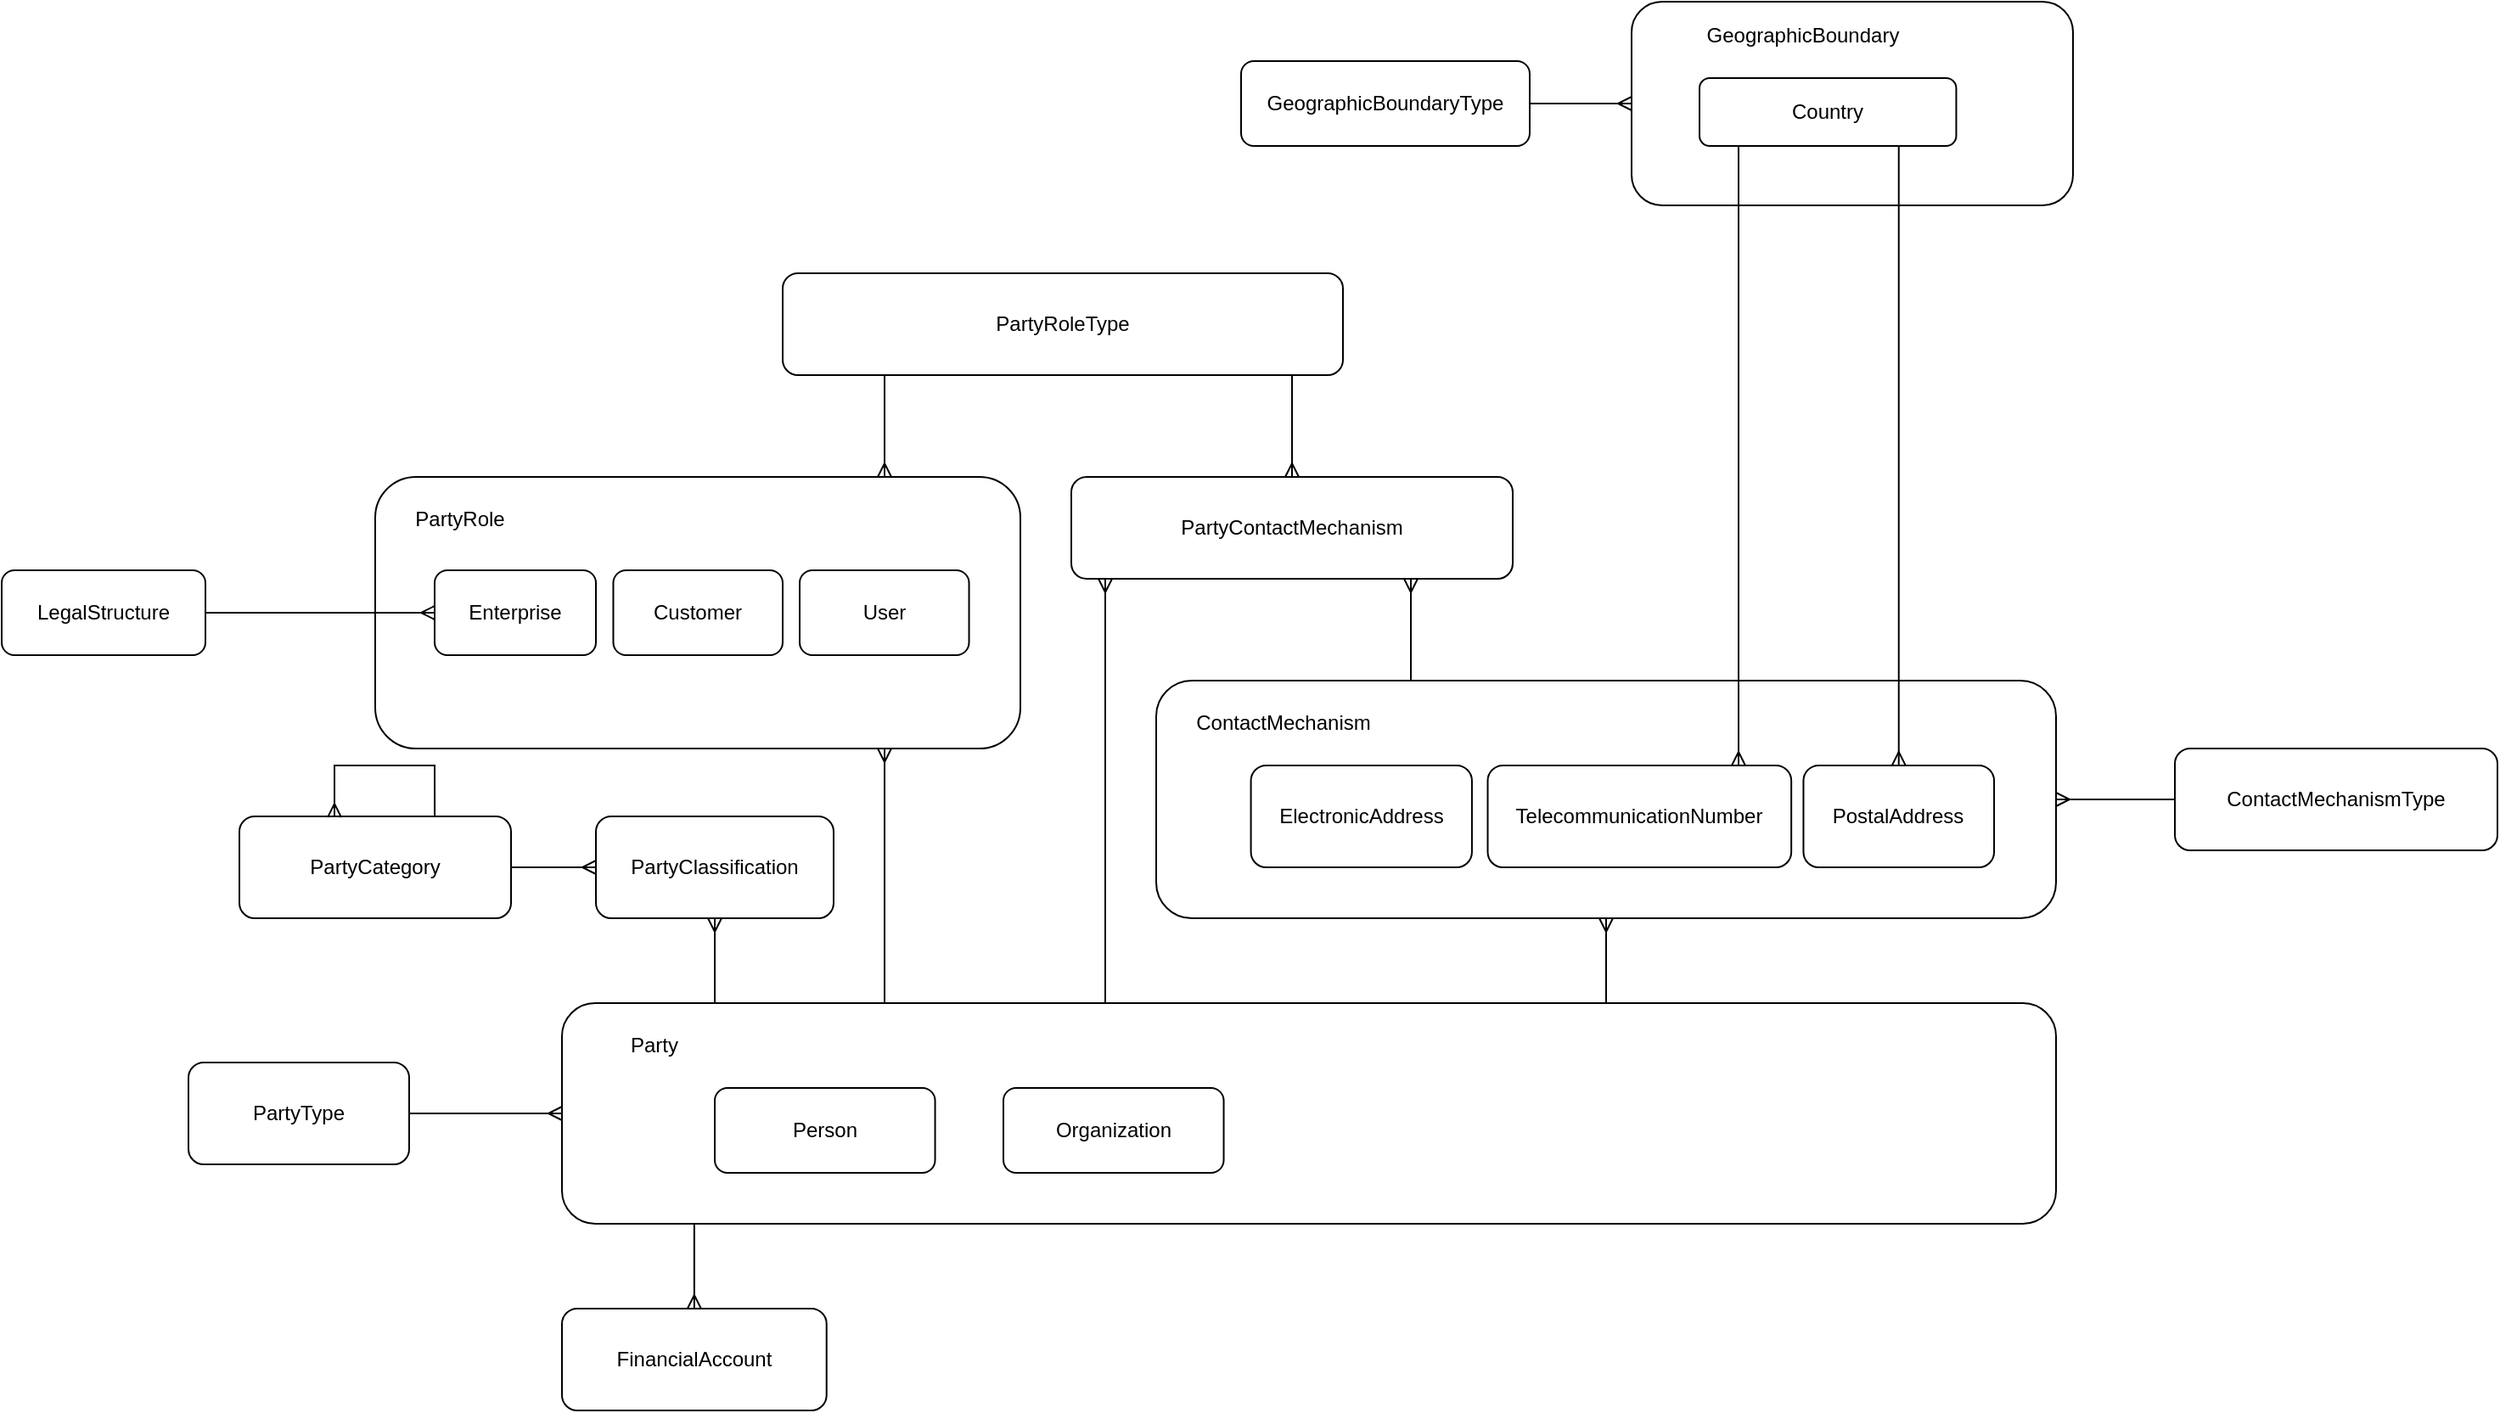
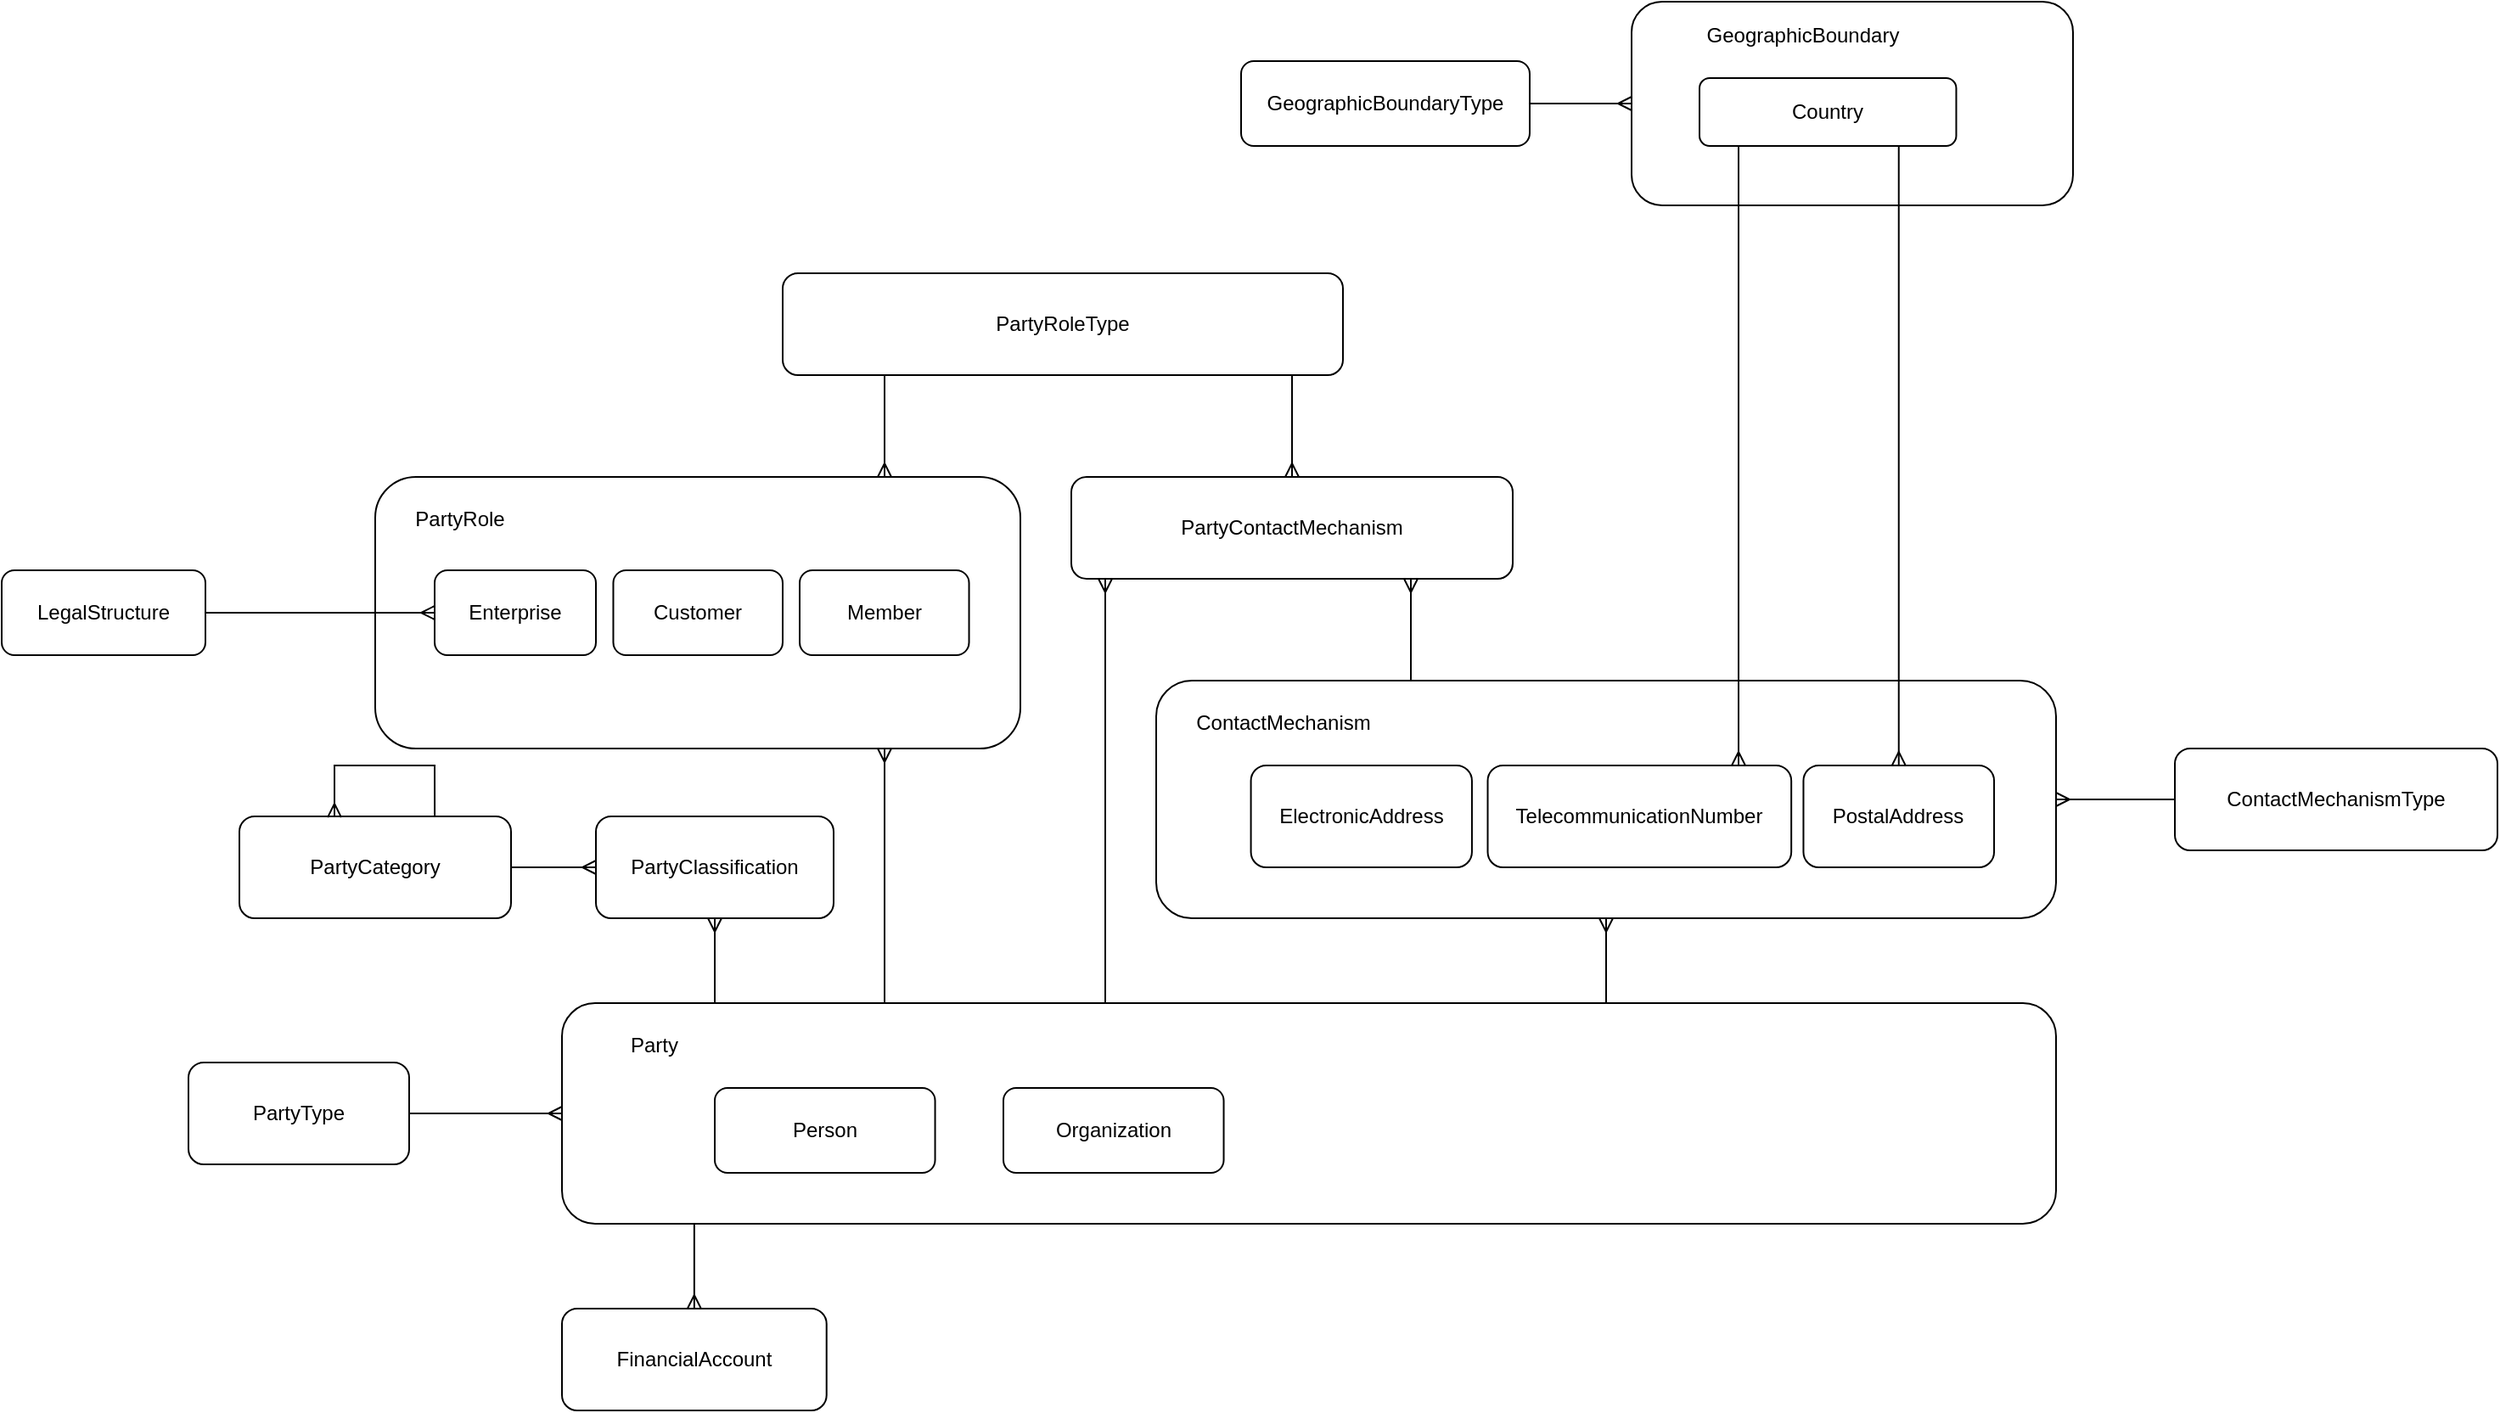
<mxfile host="app.diagrams.net" agent="Mozilla/5.0 (Windows NT 10.0; Win64; x64) AppleWebKit/537.36 (KHTML, like Gecko) Chrome/141.0.0.0 Safari/537.36" version="28.2.9">
  <diagram name="Page-1" id="d0nJ6Fx9cUZLMqGtfM0H">
    <mxGraphModel dx="1947" dy="1755" grid="1" gridSize="10" guides="1" tooltips="1" connect="1" arrows="1" fold="1" page="1" pageScale="1" pageWidth="850" pageHeight="1100" math="0" shadow="0">
      <root>
        <mxCell id="0" />
        <mxCell id="1" parent="0" />
        <mxCell id="tdPrWEJd15tEannaNgth-4" style="edgeStyle=orthogonalEdgeStyle;rounded=0;orthogonalLoop=1;jettySize=auto;html=1;startArrow=ERmany;startFill=0;endArrow=none;endFill=0;" edge="1" parent="1" source="tdPrWEJd15tEannaNgth-2" target="tdPrWEJd15tEannaNgth-3">
          <mxGeometry relative="1" as="geometry" />
        </mxCell>
        <mxCell id="tdPrWEJd15tEannaNgth-3" value="ContactMechanismType" style="rounded=1;whiteSpace=wrap;html=1;" vertex="1" parent="1">
          <mxGeometry x="600" y="260" width="190" height="60" as="geometry" />
        </mxCell>
        <mxCell id="tdPrWEJd15tEannaNgth-13" value="PartyRoleType" style="rounded=1;whiteSpace=wrap;html=1;" vertex="1" parent="1">
          <mxGeometry x="-220" y="-20" width="330" height="60" as="geometry" />
        </mxCell>
        <mxCell id="tdPrWEJd15tEannaNgth-14" style="edgeStyle=orthogonalEdgeStyle;rounded=0;orthogonalLoop=1;jettySize=auto;html=1;startArrow=ERmany;startFill=0;endArrow=none;endFill=0;" edge="1" parent="1" source="tdPrWEJd15tEannaNgth-15" target="tdPrWEJd15tEannaNgth-13">
          <mxGeometry relative="1" as="geometry">
            <mxPoint x="730" y="430" as="sourcePoint" />
            <mxPoint x="730" y="350" as="targetPoint" />
            <Array as="points">
              <mxPoint x="50" y="30" />
              <mxPoint x="50" y="30" />
            </Array>
          </mxGeometry>
        </mxCell>
        <mxCell id="tdPrWEJd15tEannaNgth-15" value="PartyContactMechanism" style="rounded=1;whiteSpace=wrap;html=1;" vertex="1" parent="1">
          <mxGeometry x="-50" y="100" width="260" height="60" as="geometry" />
        </mxCell>
        <mxCell id="tdPrWEJd15tEannaNgth-18" style="edgeStyle=orthogonalEdgeStyle;rounded=0;orthogonalLoop=1;jettySize=auto;html=1;startArrow=ERmany;startFill=0;endArrow=none;endFill=0;" edge="1" parent="1" source="tdPrWEJd15tEannaNgth-15">
          <mxGeometry relative="1" as="geometry">
            <mxPoint x="-30.00117647058829" y="130" as="sourcePoint" />
            <mxPoint x="-30.00117647058829" y="410" as="targetPoint" />
            <Array as="points">
              <mxPoint x="-30" y="210" />
              <mxPoint x="-30" y="210" />
            </Array>
          </mxGeometry>
        </mxCell>
        <mxCell id="tdPrWEJd15tEannaNgth-19" value="" style="group" vertex="1" connectable="0" parent="1">
          <mxGeometry y="220" width="530" height="140" as="geometry" />
        </mxCell>
        <mxCell id="tdPrWEJd15tEannaNgth-2" value="" style="rounded=1;whiteSpace=wrap;html=1;" vertex="1" parent="tdPrWEJd15tEannaNgth-19">
          <mxGeometry width="530" height="140" as="geometry" />
        </mxCell>
        <mxCell id="tdPrWEJd15tEannaNgth-5" value="ElectronicAddress" style="rounded=1;whiteSpace=wrap;html=1;" vertex="1" parent="tdPrWEJd15tEannaNgth-19">
          <mxGeometry x="55.78947368421052" y="50" width="130.17543859649123" height="60" as="geometry" />
        </mxCell>
        <mxCell id="tdPrWEJd15tEannaNgth-6" value="TelecommunicationNumber" style="rounded=1;whiteSpace=wrap;html=1;" vertex="1" parent="tdPrWEJd15tEannaNgth-19">
          <mxGeometry x="195.26315789473682" y="50" width="178.81456140350878" height="60" as="geometry" />
        </mxCell>
        <mxCell id="tdPrWEJd15tEannaNgth-7" value="ContactMechanism" style="text;html=1;whiteSpace=wrap;strokeColor=none;fillColor=none;align=center;verticalAlign=middle;rounded=0;" vertex="1" parent="tdPrWEJd15tEannaNgth-19">
          <mxGeometry x="27.896882591093107" y="10" width="94.41295546558705" height="30" as="geometry" />
        </mxCell>
        <mxCell id="tdPrWEJd15tEannaNgth-8" value="PostalAddress" style="rounded=1;whiteSpace=wrap;html=1;" vertex="1" parent="tdPrWEJd15tEannaNgth-19">
          <mxGeometry x="381.2280701754386" y="50" width="112.29491228070175" height="60" as="geometry" />
        </mxCell>
        <mxCell id="tdPrWEJd15tEannaNgth-20" style="edgeStyle=orthogonalEdgeStyle;rounded=0;orthogonalLoop=1;jettySize=auto;html=1;startArrow=ERmany;startFill=0;endArrow=none;endFill=0;" edge="1" parent="1" source="tdPrWEJd15tEannaNgth-15" target="tdPrWEJd15tEannaNgth-2">
          <mxGeometry relative="1" as="geometry">
            <mxPoint x="370" y="130" as="sourcePoint" />
            <mxPoint x="370" y="440" as="targetPoint" />
            <Array as="points">
              <mxPoint x="150" y="170" />
              <mxPoint x="150" y="170" />
            </Array>
          </mxGeometry>
        </mxCell>
        <mxCell id="tdPrWEJd15tEannaNgth-21" style="edgeStyle=orthogonalEdgeStyle;rounded=0;orthogonalLoop=1;jettySize=auto;html=1;startArrow=ERmany;startFill=0;endArrow=none;endFill=0;" edge="1" parent="1" source="tdPrWEJd15tEannaNgth-2" target="tdPrWEJd15tEannaNgth-1">
          <mxGeometry relative="1" as="geometry">
            <mxPoint x="240" y="400" as="sourcePoint" />
            <mxPoint x="240" y="470" as="targetPoint" />
            <Array as="points">
              <mxPoint x="305" y="420" />
              <mxPoint x="305" y="420" />
            </Array>
          </mxGeometry>
        </mxCell>
        <mxCell id="tdPrWEJd15tEannaNgth-22" value="LegalStructure" style="rounded=1;whiteSpace=wrap;html=1;" vertex="1" parent="1">
          <mxGeometry x="-680" y="155" width="120" height="50" as="geometry" />
        </mxCell>
        <mxCell id="tdPrWEJd15tEannaNgth-27" value="PartyClassification" style="rounded=1;whiteSpace=wrap;html=1;" vertex="1" parent="1">
          <mxGeometry x="-330" y="300" width="140" height="60" as="geometry" />
        </mxCell>
        <mxCell id="tdPrWEJd15tEannaNgth-28" value="PartyCategory" style="rounded=1;whiteSpace=wrap;html=1;" vertex="1" parent="1">
          <mxGeometry x="-540" y="300" width="160" height="60" as="geometry" />
        </mxCell>
        <mxCell id="tdPrWEJd15tEannaNgth-31" style="edgeStyle=orthogonalEdgeStyle;rounded=0;orthogonalLoop=1;jettySize=auto;html=1;startArrow=ERmany;startFill=0;endArrow=none;endFill=0;" edge="1" parent="1" source="tdPrWEJd15tEannaNgth-27" target="tdPrWEJd15tEannaNgth-1">
          <mxGeometry relative="1" as="geometry">
            <mxPoint x="-260" y="180" as="sourcePoint" />
            <mxPoint x="-260" y="250" as="targetPoint" />
            <Array as="points">
              <mxPoint x="-260" y="370" />
              <mxPoint x="-260" y="370" />
            </Array>
          </mxGeometry>
        </mxCell>
        <mxCell id="tdPrWEJd15tEannaNgth-32" style="edgeStyle=orthogonalEdgeStyle;rounded=0;orthogonalLoop=1;jettySize=auto;html=1;startArrow=ERmany;startFill=0;endArrow=none;endFill=0;" edge="1" parent="1" source="tdPrWEJd15tEannaNgth-27" target="tdPrWEJd15tEannaNgth-28">
          <mxGeometry relative="1" as="geometry">
            <mxPoint x="-230" y="210" as="sourcePoint" />
            <mxPoint x="-230" y="280" as="targetPoint" />
            <Array as="points" />
          </mxGeometry>
        </mxCell>
        <mxCell id="tdPrWEJd15tEannaNgth-33" style="edgeStyle=orthogonalEdgeStyle;rounded=0;orthogonalLoop=1;jettySize=auto;html=1;startArrow=ERmany;startFill=0;endArrow=none;endFill=0;exitX=0.35;exitY=0.009;exitDx=0;exitDy=0;exitPerimeter=0;entryX=0.719;entryY=0;entryDx=0;entryDy=0;entryPerimeter=0;" edge="1" parent="1" source="tdPrWEJd15tEannaNgth-28" target="tdPrWEJd15tEannaNgth-28">
          <mxGeometry relative="1" as="geometry">
            <mxPoint x="-485" y="290" as="sourcePoint" />
            <mxPoint x="-425" y="290" as="targetPoint" />
            <Array as="points">
              <mxPoint x="-484" y="270" />
              <mxPoint x="-425" y="270" />
            </Array>
          </mxGeometry>
        </mxCell>
        <mxCell id="tdPrWEJd15tEannaNgth-35" value="" style="rounded=1;whiteSpace=wrap;html=1;" vertex="1" parent="1">
          <mxGeometry x="-460" y="100" width="380" height="160" as="geometry" />
        </mxCell>
        <mxCell id="tdPrWEJd15tEannaNgth-37" style="edgeStyle=orthogonalEdgeStyle;rounded=0;orthogonalLoop=1;jettySize=auto;html=1;startArrow=ERmany;startFill=0;endArrow=none;endFill=0;" edge="1" parent="1" source="tdPrWEJd15tEannaNgth-35">
          <mxGeometry relative="1" as="geometry">
            <mxPoint x="-160" y="260.0000000000002" as="sourcePoint" />
            <mxPoint x="-160" y="410" as="targetPoint" />
            <Array as="points">
              <mxPoint x="-160" y="260" />
            </Array>
          </mxGeometry>
        </mxCell>
        <mxCell id="tdPrWEJd15tEannaNgth-38" style="edgeStyle=orthogonalEdgeStyle;rounded=0;orthogonalLoop=1;jettySize=auto;html=1;startArrow=ERmany;startFill=0;endArrow=none;endFill=0;" edge="1" parent="1" source="tdPrWEJd15tEannaNgth-35" target="tdPrWEJd15tEannaNgth-13">
          <mxGeometry relative="1" as="geometry">
            <mxPoint x="-150" y="170" as="sourcePoint" />
            <mxPoint x="-150" y="20" as="targetPoint" />
            <Array as="points">
              <mxPoint x="-160" y="60" />
              <mxPoint x="-160" y="60" />
            </Array>
          </mxGeometry>
        </mxCell>
        <mxCell id="tdPrWEJd15tEannaNgth-1" value="" style="rounded=1;whiteSpace=wrap;html=1;" vertex="1" parent="1">
          <mxGeometry x="-350" y="410" width="880" height="130" as="geometry" />
        </mxCell>
        <mxCell id="tdPrWEJd15tEannaNgth-9" value="Party" style="text;html=1;whiteSpace=wrap;strokeColor=none;fillColor=none;align=center;verticalAlign=middle;rounded=0;" vertex="1" parent="1">
          <mxGeometry x="-336.46153846153845" y="420" width="81.23076923076923" height="30" as="geometry" />
        </mxCell>
        <mxCell id="tdPrWEJd15tEannaNgth-17" value="Enterprise" style="rounded=1;whiteSpace=wrap;html=1;" vertex="1" parent="1">
          <mxGeometry x="-425" y="155" width="95" height="50" as="geometry" />
        </mxCell>
        <mxCell id="tdPrWEJd15tEannaNgth-40" value="PartyRole" style="text;html=1;whiteSpace=wrap;strokeColor=none;fillColor=none;align=center;verticalAlign=middle;rounded=0;" vertex="1" parent="1">
          <mxGeometry x="-440" y="110" width="60" height="30" as="geometry" />
        </mxCell>
        <mxCell id="tdPrWEJd15tEannaNgth-42" style="edgeStyle=orthogonalEdgeStyle;rounded=0;orthogonalLoop=1;jettySize=auto;html=1;startArrow=ERmany;startFill=0;endArrow=none;endFill=0;" edge="1" parent="1" source="tdPrWEJd15tEannaNgth-17" target="tdPrWEJd15tEannaNgth-22">
          <mxGeometry relative="1" as="geometry">
            <mxPoint x="-90" y="320" as="sourcePoint" />
            <mxPoint x="-90" y="480" as="targetPoint" />
            <Array as="points" />
          </mxGeometry>
        </mxCell>
        <mxCell id="tdPrWEJd15tEannaNgth-43" value="Customer" style="rounded=1;whiteSpace=wrap;html=1;" vertex="1" parent="1">
          <mxGeometry x="-319.77" y="155" width="99.77" height="50" as="geometry" />
        </mxCell>
        <mxCell id="tdPrWEJd15tEannaNgth-44" value="Person" style="rounded=1;whiteSpace=wrap;html=1;" vertex="1" parent="1">
          <mxGeometry x="-260" y="460" width="129.77" height="50" as="geometry" />
        </mxCell>
        <mxCell id="tdPrWEJd15tEannaNgth-45" value="Organization" style="rounded=1;whiteSpace=wrap;html=1;" vertex="1" parent="1">
          <mxGeometry x="-90" y="460" width="129.77" height="50" as="geometry" />
        </mxCell>
        <mxCell id="tdPrWEJd15tEannaNgth-46" value="FinancialAccount" style="rounded=1;whiteSpace=wrap;html=1;" vertex="1" parent="1">
          <mxGeometry x="-350" y="590" width="155.85" height="60" as="geometry" />
        </mxCell>
        <mxCell id="tdPrWEJd15tEannaNgth-47" style="edgeStyle=orthogonalEdgeStyle;rounded=0;orthogonalLoop=1;jettySize=auto;html=1;startArrow=ERmany;startFill=0;endArrow=none;endFill=0;" edge="1" parent="1" source="tdPrWEJd15tEannaNgth-46" target="tdPrWEJd15tEannaNgth-1">
          <mxGeometry relative="1" as="geometry">
            <mxPoint x="-80" y="670" as="sourcePoint" />
            <mxPoint x="-80" y="730" as="targetPoint" />
            <Array as="points">
              <mxPoint x="-278" y="610" />
              <mxPoint x="-278" y="610" />
            </Array>
          </mxGeometry>
        </mxCell>
        <mxCell id="tdPrWEJd15tEannaNgth-48" value="" style="rounded=1;whiteSpace=wrap;html=1;" vertex="1" parent="1">
          <mxGeometry x="280" y="-180" width="260" height="120" as="geometry" />
        </mxCell>
        <mxCell id="tdPrWEJd15tEannaNgth-49" value="GeographicBoundary" style="text;html=1;whiteSpace=wrap;strokeColor=none;fillColor=none;align=center;verticalAlign=middle;rounded=0;" vertex="1" parent="1">
          <mxGeometry x="310" y="-175" width="142.07" height="30" as="geometry" />
        </mxCell>
        <mxCell id="tdPrWEJd15tEannaNgth-50" value="GeographicBoundaryType" style="rounded=1;whiteSpace=wrap;html=1;" vertex="1" parent="1">
          <mxGeometry x="50" y="-145" width="170" height="50" as="geometry" />
        </mxCell>
        <mxCell id="tdPrWEJd15tEannaNgth-51" value="Country" style="rounded=1;whiteSpace=wrap;html=1;" vertex="1" parent="1">
          <mxGeometry x="320" y="-135" width="151.23" height="40" as="geometry" />
        </mxCell>
        <mxCell id="tdPrWEJd15tEannaNgth-52" style="edgeStyle=orthogonalEdgeStyle;rounded=0;orthogonalLoop=1;jettySize=auto;html=1;startArrow=ERmany;startFill=0;endArrow=none;endFill=0;" edge="1" parent="1" source="tdPrWEJd15tEannaNgth-48" target="tdPrWEJd15tEannaNgth-50">
          <mxGeometry relative="1" as="geometry">
            <mxPoint x="120" y="60" as="sourcePoint" />
            <mxPoint x="120" as="targetPoint" />
            <Array as="points" />
          </mxGeometry>
        </mxCell>
        <mxCell id="tdPrWEJd15tEannaNgth-53" style="edgeStyle=orthogonalEdgeStyle;rounded=0;orthogonalLoop=1;jettySize=auto;html=1;startArrow=ERmany;startFill=0;endArrow=none;endFill=0;" edge="1" parent="1" source="tdPrWEJd15tEannaNgth-8" target="tdPrWEJd15tEannaNgth-51">
          <mxGeometry relative="1" as="geometry">
            <mxPoint x="544" y="60" as="sourcePoint" />
            <mxPoint x="460" y="60" as="targetPoint" />
            <Array as="points">
              <mxPoint x="440" y="-110" />
            </Array>
          </mxGeometry>
        </mxCell>
        <mxCell id="tdPrWEJd15tEannaNgth-54" style="edgeStyle=orthogonalEdgeStyle;rounded=0;orthogonalLoop=1;jettySize=auto;html=1;startArrow=ERmany;startFill=0;endArrow=none;endFill=0;" edge="1" parent="1" source="tdPrWEJd15tEannaNgth-6" target="tdPrWEJd15tEannaNgth-51">
          <mxGeometry relative="1" as="geometry">
            <mxPoint x="340" y="490" as="sourcePoint" />
            <mxPoint x="340" y="125" as="targetPoint" />
            <Array as="points">
              <mxPoint x="343" y="190" />
              <mxPoint x="343" y="190" />
            </Array>
          </mxGeometry>
        </mxCell>
        <mxCell id="tdPrWEJd15tEannaNgth-55" value="PartyType" style="rounded=1;whiteSpace=wrap;html=1;" vertex="1" parent="1">
          <mxGeometry x="-570" y="445" width="130" height="60" as="geometry" />
        </mxCell>
        <mxCell id="tdPrWEJd15tEannaNgth-56" style="edgeStyle=orthogonalEdgeStyle;rounded=0;orthogonalLoop=1;jettySize=auto;html=1;startArrow=ERmany;startFill=0;endArrow=none;endFill=0;" edge="1" parent="1" source="tdPrWEJd15tEannaNgth-1" target="tdPrWEJd15tEannaNgth-55">
          <mxGeometry relative="1" as="geometry">
            <mxPoint x="-275" y="470" as="sourcePoint" />
            <mxPoint x="-410" y="470" as="targetPoint" />
            <Array as="points" />
          </mxGeometry>
        </mxCell>
-         <mxCell id="tdPrWEJd15tEannaNgth-57" value="User" style="rounded=1;whiteSpace=wrap;html=1;" vertex="1" parent="1">
+         <mxCell id="tdPrWEJd15tEannaNgth-57" value="Member" style="rounded=1;whiteSpace=wrap;html=1;" vertex="1" parent="1">
          <mxGeometry x="-210" y="155" width="99.77" height="50" as="geometry" />
        </mxCell>
      </root>
    </mxGraphModel>
  </diagram>
</mxfile>
